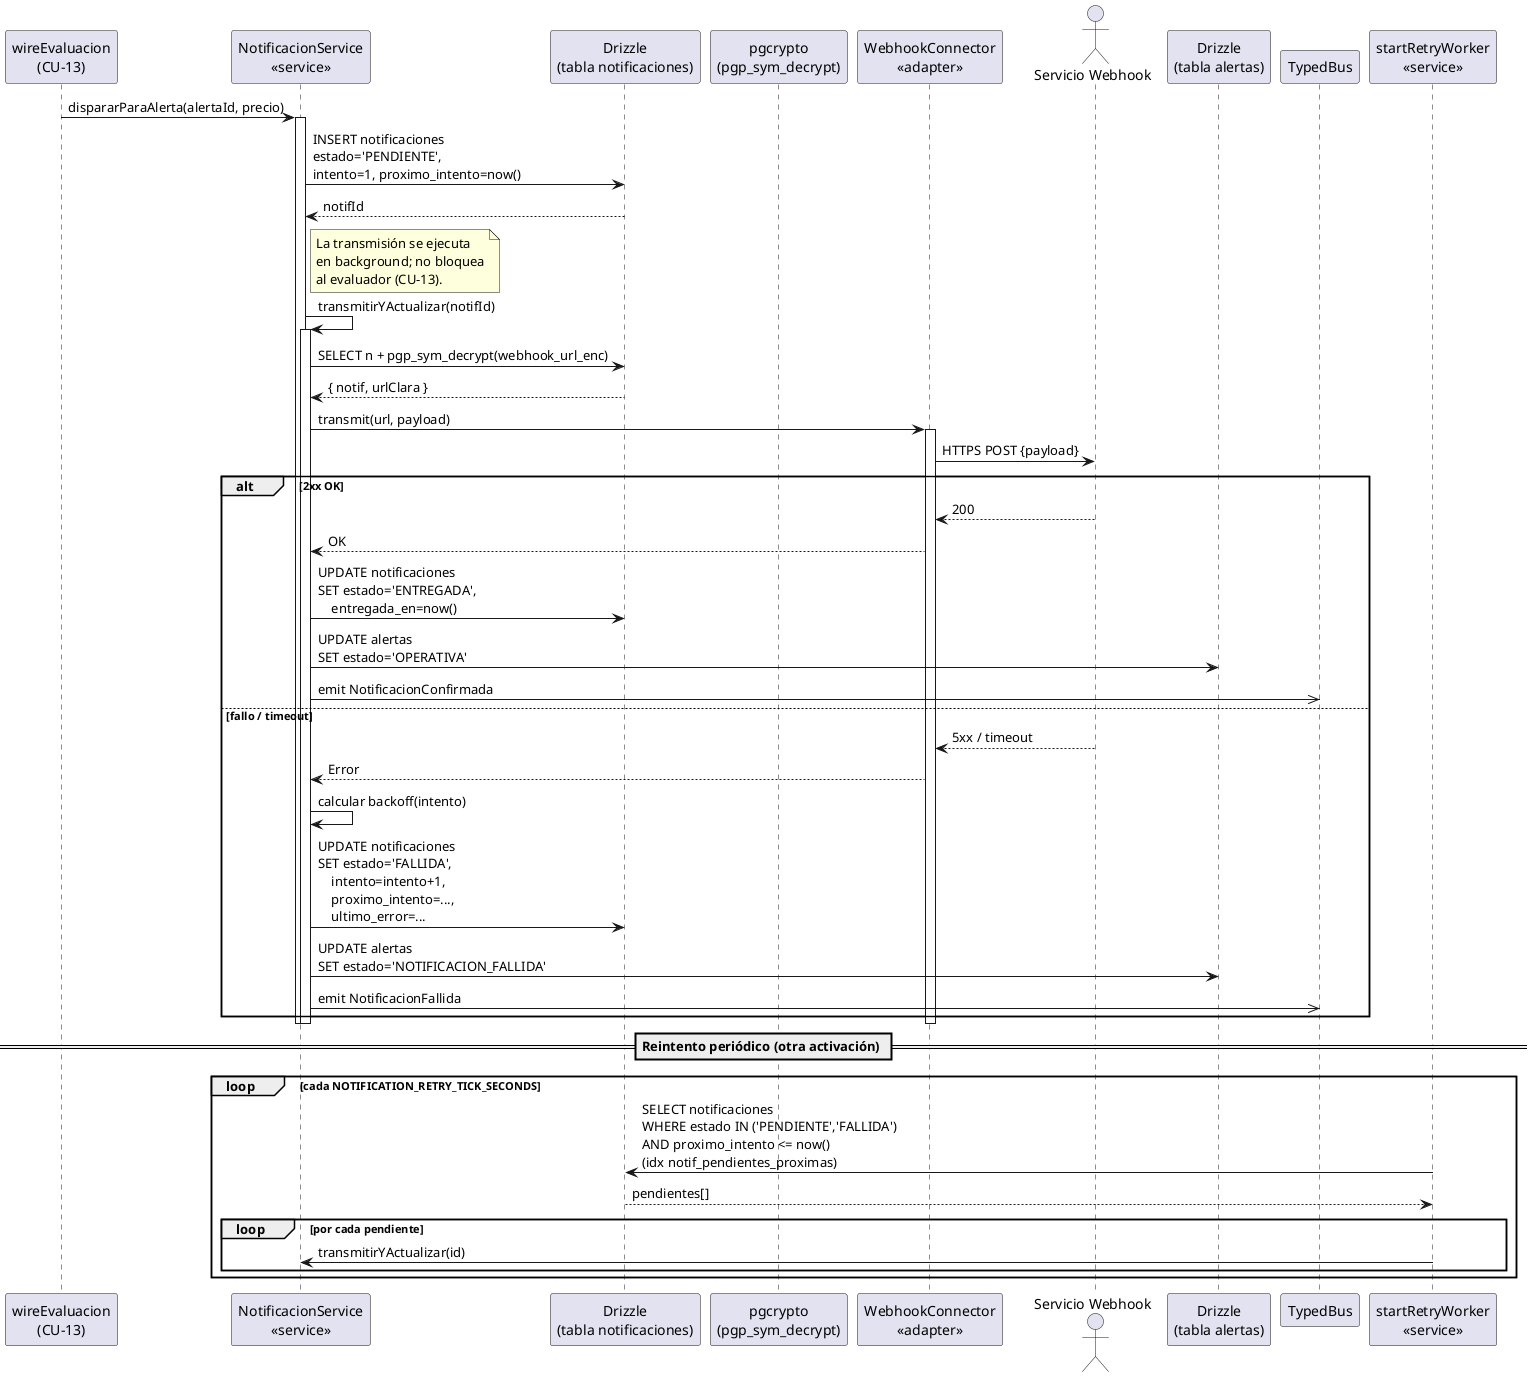
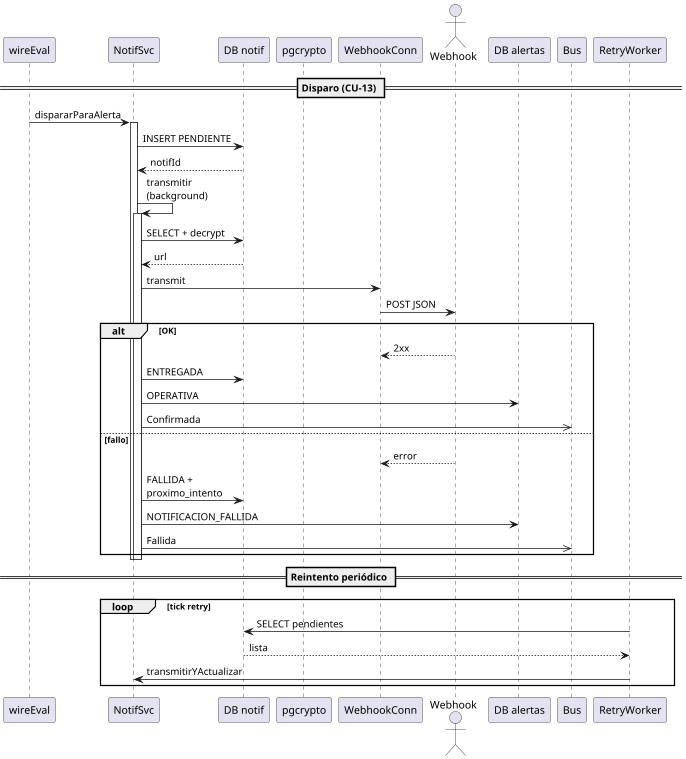
@startuml
+ scale 0.75
skinparam shadowing false
+ skinparam maxMessageSize 120

- participant "wireEvaluacion\n(CU-13)" as EV
- participant "NotificacionService\n<<service>>" as NS
- participant "Drizzle\n(tabla notificaciones)" as DB
- participant "pgcrypto\n(pgp_sym_decrypt)" as CRY
- participant "WebhookConnector\n<<adapter>>" as WHC
- actor "Servicio Webhook" as SW
- participant "Drizzle\n(tabla alertas)" as ADB
- participant "TypedBus" as BUS
+ participant "wireEval" as EV
+ participant "NotifSvc" as NS
+ participant "DB notif" as DB
+ participant "pgcrypto" as CRY
+ participant "WebhookConn" as WHC
+ actor "Webhook" as SW
+ participant "DB alertas" as ADB
+ participant "Bus" as BUS
+ participant "RetryWorker" as RW

- EV -> NS : dispararParaAlerta(alertaId, precio)
+ == Disparo (CU-13) ==
+ 
+ EV -> NS : dispararParaAlerta
activate NS
- 
- NS -> DB : INSERT notificaciones\nestado='PENDIENTE',\nintento=1, proximo_intento=now()
+ NS -> DB : INSERT PENDIENTE
DB --> NS : notifId
- 
- note right of NS
-   La transmisión se ejecuta
-   en background; no bloquea
-   al evaluador (CU-13).
- end note
- 
- NS -> NS : transmitirYActualizar(notifId)
+ NS -> NS : transmitir (background)
activate NS
- NS -> DB : SELECT n + pgp_sym_decrypt(webhook_url_enc)
- DB --> NS : { notif, urlClara }
- NS -> WHC : transmit(url, payload)
- activate WHC
- WHC -> SW : HTTPS POST {payload}
- alt 2xx OK
-     SW --> WHC : 200
-     WHC --> NS : OK
-     NS -> DB : UPDATE notificaciones\nSET estado='ENTREGADA',\n    entregada_en=now()
-     NS -> ADB : UPDATE alertas\nSET estado='OPERATIVA'
-     NS ->> BUS : emit NotificacionConfirmada
- else fallo / timeout
-     SW --> WHC : 5xx / timeout
-     WHC --> NS : Error
-     NS -> NS : calcular backoff(intento)
-     NS -> DB : UPDATE notificaciones\nSET estado='FALLIDA',\n    intento=intento+1,\n    proximo_intento=...,\n    ultimo_error=...
-     NS -> ADB : UPDATE alertas\nSET estado='NOTIFICACION_FALLIDA'
-     NS ->> BUS : emit NotificacionFallida
+ NS -> DB : SELECT + decrypt
+ DB --> NS : url
+ NS -> WHC : transmit
+ WHC -> SW : POST JSON
+ alt OK
+     SW --> WHC : 2xx
+     NS -> DB : ENTREGADA
+     NS -> ADB : OPERATIVA
+     NS ->> BUS : Confirmada
+ else fallo
+     SW --> WHC : error
+     NS -> DB : FALLIDA + proximo_intento
+     NS -> ADB : NOTIFICACION_FALLIDA
+     NS ->> BUS : Fallida
end
deactivate WHC
deactivate NS
deactivate NS

- == Reintento periódico (otra activación) ==
+ == Reintento periódico ==

- participant "startRetryWorker\n<<service>>" as RW
- 
- loop cada NOTIFICATION_RETRY_TICK_SECONDS
-     RW -> DB : SELECT notificaciones\nWHERE estado IN ('PENDIENTE','FALLIDA')\nAND proximo_intento <= now()\n(idx notif_pendientes_proximas)
-     DB --> RW : pendientes[]
-     loop por cada pendiente
-         RW -> NS : transmitirYActualizar(id)
-     end
+ loop tick retry
+     RW -> DB : SELECT pendientes
+     DB --> RW : lista
+     RW -> NS : transmitirYActualizar
end

@enduml
